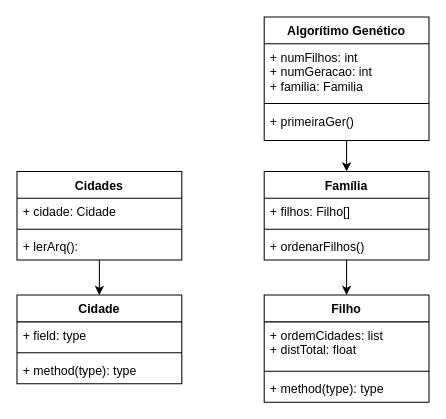
Before: DiagramaDeClasses.drawio in IgorNascAlves/GA-TSP, a draw.io diagram. Source tidied: cells renumbered, new cells numbered last; positions are measured from the earlier drawing's top-left corner, leaving out a move shared by most shapes. Both pictures are drawn from the tidied source at 103%, with x=0, y=0 at pixel (16, 16).
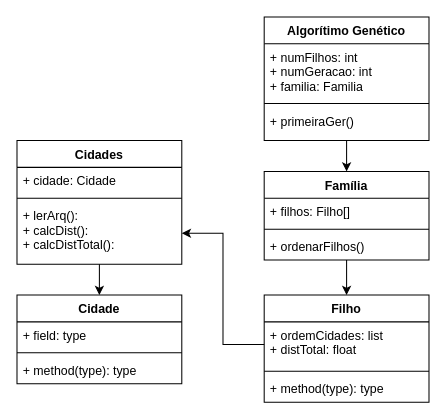
The same page after the edit.

The change refers to these unchanged cells:
```xml
<mxCell id="22" value="+ ordemCidades: list&#10;+ distTotal: float" style="text;strokeColor=none;fillColor=none;align=left;verticalAlign=top;spacingLeft=4;spacingRight=4;overflow=hidden;points=[[0,0.5],[1,0.5]];portConstraint=eastwest;" parent="21" vertex="1">
  <mxGeometry y="26" width="160" height="44" as="geometry" />
</mxCell>
```

Diff of the diagram source:
```diff
@@
     <mxCell id="12" value="Cidades" style="swimlane;fontStyle=1;align=center;verticalAlign=top;horizontal=1;startSize=26;" parent="1" vertex="1">
-      <mxGeometry y="150" width="160" height="86" as="geometry" />
+      <mxGeometry y="120" width="160" height="120" as="geometry" />
     </mxCell>
@@
-    <mxCell id="15" value="+ lerArq():" style="text;strokeColor=none;fillColor=none;align=left;verticalAlign=top;spacingLeft=4;spacingRight=4;overflow=hidden;points=[[0,0.5],[1,0.5]];portConstraint=eastwest;" parent="12" vertex="1">
-      <mxGeometry y="60" width="160" height="26" as="geometry" />
+    <mxCell id="15" value="+ lerArq():&#10;+ calcDist():&#10;+ calcDistTotal():" style="text;strokeColor=none;fillColor=none;align=left;verticalAlign=top;spacingLeft=4;spacingRight=4;overflow=hidden;points=[[0,0.5],[1,0.5]];portConstraint=eastwest;" parent="12" vertex="1">
+      <mxGeometry y="60" width="160" height="60" as="geometry" />
     </mxCell>
@@
+    <mxCell id="25" style="edgeStyle=orthogonalEdgeStyle;rounded=0;jettySize=auto;html=1;entryX=1;entryY=0.5;entryDx=0;entryDy=0;" parent="1" edge="1" source="22" target="15">
+      <mxGeometry relative="1" as="geometry" />
+    </mxCell>
```
